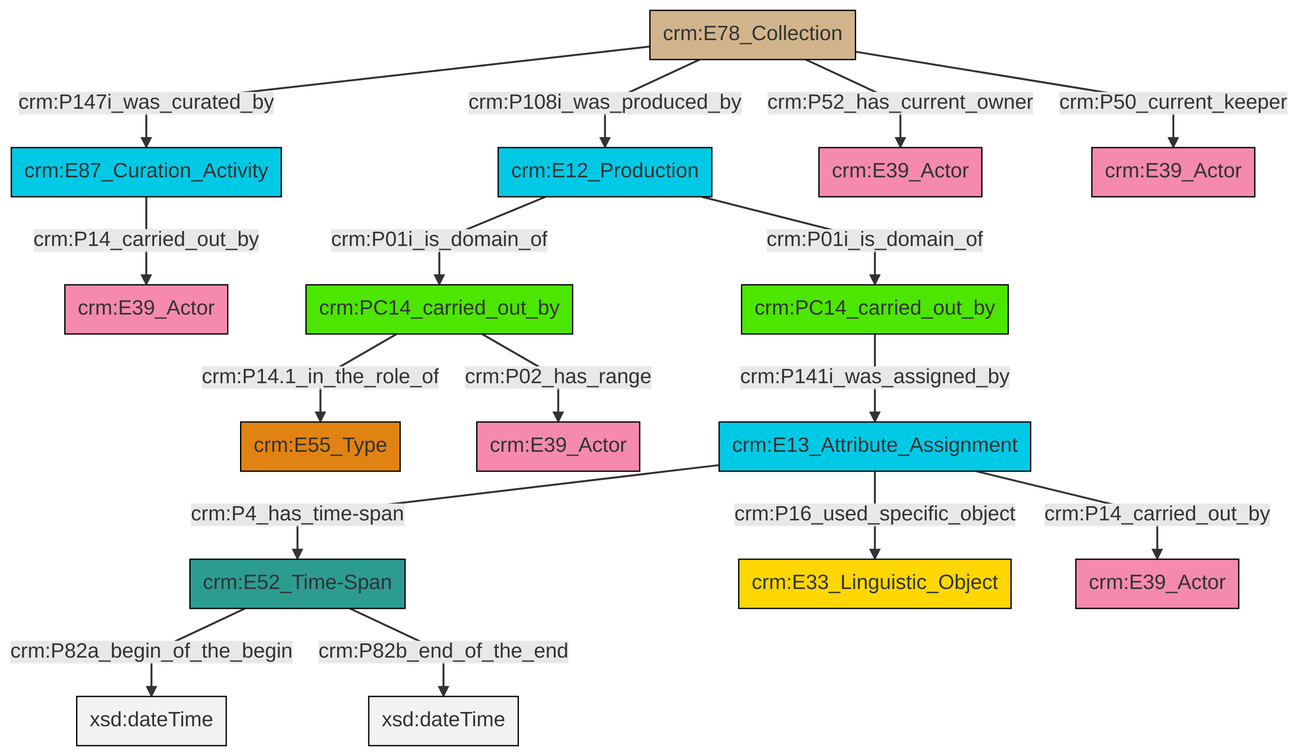
Before: et/archivalCSV/ttl/mmd/png/archival_relation.png, a diagram exported from Mermaid (swiss-art-research-net/docs.swissartresearch). Its source is kept beside it as et/archivalCSV/ttl/mmd/archival_relation.ttl.mmd.
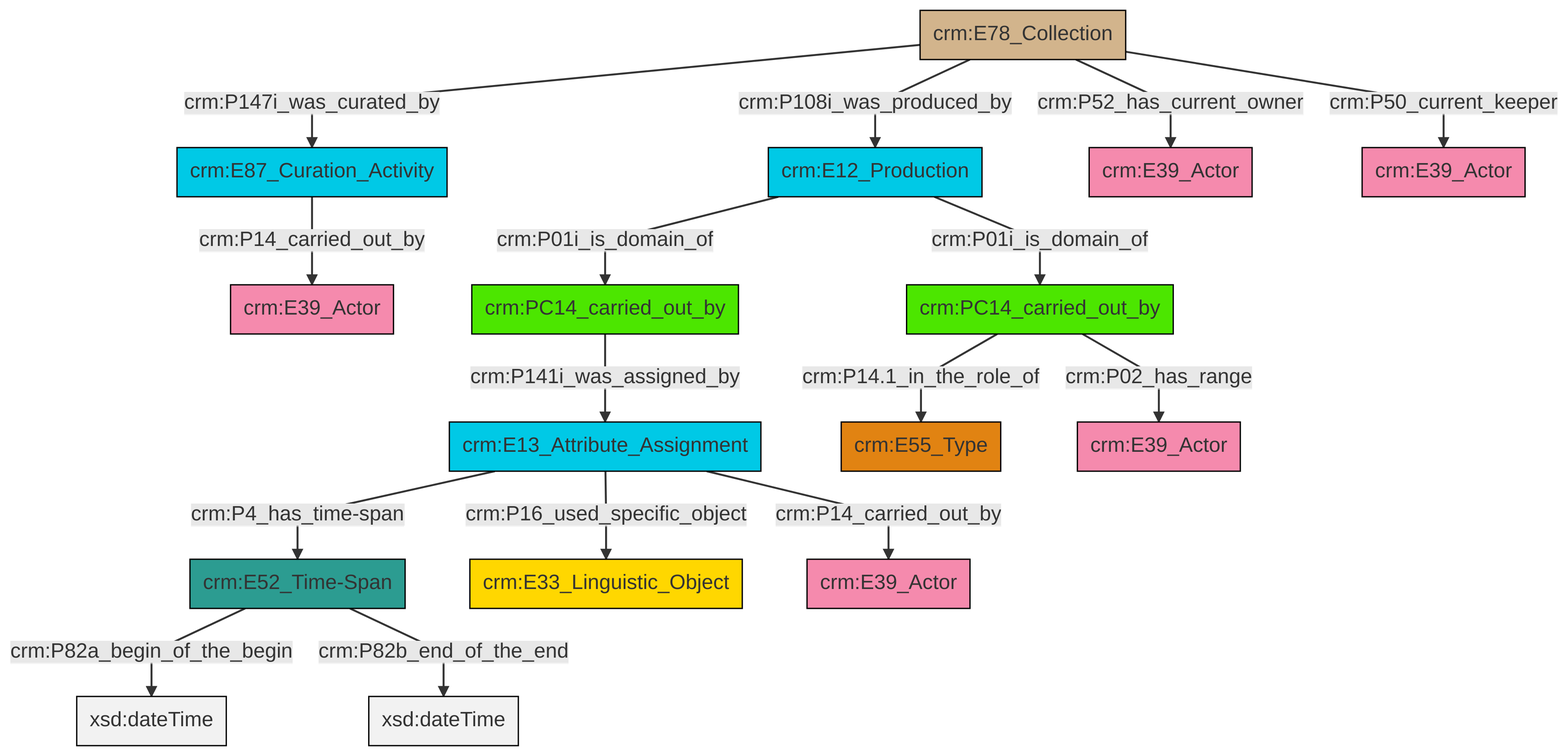
The same diagram one commit later.

Change to the diagram source:
```diff
@@ -13,18 +13,18 @@
 classDef PC_Classes fill:#4ce600, stroke:#000000;
 classDef Multi fill:#cccccc,stroke:#000000;
 
-0["crm:E13_Attribute_Assignment"]:::Temporal_Entity -->|crm:P4_has_time-span| 1["crm:E52_Time-Span"]:::Time-Span
-1["crm:E52_Time-Span"]:::Time-Span -->|crm:P82a_begin_of_the_begin| 2[xsd:dateTime]:::Literal
-3["crm:PC14_carried_out_by"]:::PC_Classes -->|crm:P14.1_in_the_role_of| 4["crm:E55_Type"]:::Type
-0["crm:E13_Attribute_Assignment"]:::Temporal_Entity -->|crm:P16_used_specific_object| 5["crm:E33_Linguistic_Object"]:::Conceptual_Object
-0["crm:E13_Attribute_Assignment"]:::Temporal_Entity -->|crm:P14_carried_out_by| 9["crm:E39_Actor"]:::Actor
-10["crm:E87_Curation_Activity"]:::Temporal_Entity -->|crm:P14_carried_out_by| 11["crm:E39_Actor"]:::Actor
-7["crm:E78_Collection"]:::Physical_Thing -->|crm:P147i_was_curated_by| 10["crm:E87_Curation_Activity"]:::Temporal_Entity
-17["crm:PC14_carried_out_by"]:::PC_Classes -->|crm:P141i_was_assigned_by| 0["crm:E13_Attribute_Assignment"]:::Temporal_Entity
-19["crm:E12_Production"]:::Temporal_Entity -->|crm:P01i_is_domain_of| 3["crm:PC14_carried_out_by"]:::PC_Classes
-7["crm:E78_Collection"]:::Physical_Thing -->|crm:P108i_was_produced_by| 19["crm:E12_Production"]:::Temporal_Entity
-1["crm:E52_Time-Span"]:::Time-Span -->|crm:P82b_end_of_the_end| 26[xsd:dateTime]:::Literal
-7["crm:E78_Collection"]:::Physical_Thing -->|crm:P52_has_current_owner| 24["crm:E39_Actor"]:::Actor
-7["crm:E78_Collection"]:::Physical_Thing -->|crm:P50_current_keeper| 14["crm:E39_Actor"]:::Actor
-19["crm:E12_Production"]:::Temporal_Entity -->|crm:P01i_is_domain_of| 17["crm:PC14_carried_out_by"]:::PC_Classes
-3["crm:PC14_carried_out_by"]:::PC_Classes -->|crm:P02_has_range| 12["crm:E39_Actor"]:::Actor
+0["crm:E87_Curation_Activity"]:::Temporal_Entity -->|crm:P14_carried_out_by| 1["crm:E39_Actor"]:::Actor
+2["crm:E12_Production"]:::Temporal_Entity -->|crm:P01i_is_domain_of| 3["crm:PC14_carried_out_by"]:::PC_Classes
+4["crm:E13_Attribute_Assignment"]:::Temporal_Entity -->|crm:P4_has_time-span| 5["crm:E52_Time-Span"]:::Time-Span
+6["crm:PC14_carried_out_by"]:::PC_Classes -->|crm:P14.1_in_the_role_of| 7["crm:E55_Type"]:::Type
+4["crm:E13_Attribute_Assignment"]:::Temporal_Entity -->|crm:P16_used_specific_object| 8["crm:E33_Linguistic_Object"]:::Conceptual_Object
+3["crm:PC14_carried_out_by"]:::PC_Classes -->|crm:P141i_was_assigned_by| 4["crm:E13_Attribute_Assignment"]:::Temporal_Entity
+5["crm:E52_Time-Span"]:::Time-Span -->|crm:P82a_begin_of_the_begin| 11[xsd:dateTime]:::Literal
+12["crm:E78_Collection"]:::Physical_Thing -->|crm:P147i_was_curated_by| 0["crm:E87_Curation_Activity"]:::Temporal_Entity
+4["crm:E13_Attribute_Assignment"]:::Temporal_Entity -->|crm:P14_carried_out_by| 13["crm:E39_Actor"]:::Actor
+12["crm:E78_Collection"]:::Physical_Thing -->|crm:P108i_was_produced_by| 2["crm:E12_Production"]:::Temporal_Entity
+5["crm:E52_Time-Span"]:::Time-Span -->|crm:P82b_end_of_the_end| 14[xsd:dateTime]:::Literal
+6["crm:PC14_carried_out_by"]:::PC_Classes -->|crm:P02_has_range| 15["crm:E39_Actor"]:::Actor
+12["crm:E78_Collection"]:::Physical_Thing -->|crm:P52_has_current_owner| 16["crm:E39_Actor"]:::Actor
+2["crm:E12_Production"]:::Temporal_Entity -->|crm:P01i_is_domain_of| 6["crm:PC14_carried_out_by"]:::PC_Classes
+12["crm:E78_Collection"]:::Physical_Thing -->|crm:P50_current_keeper| 19["crm:E39_Actor"]:::Actor
```
